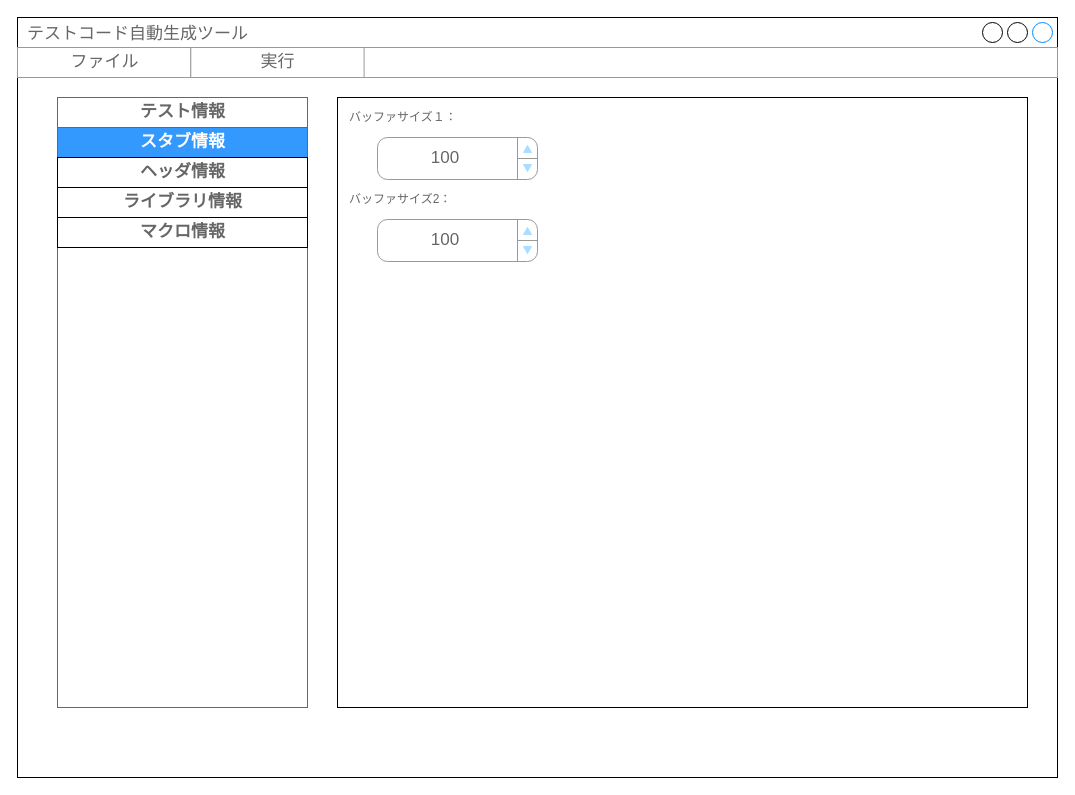
CountrySideEngineer/AutoTestPrep keeps this draw.io diagram as page "スタブ情報" (3 of 6) of doc/design/AutoTestPrep_ViewLayout.drawio. Above is the earlier version. Source tidied: cells renumbered, new cells numbered last; positions are measured from the earlier drawing's top-left corner, leaving out a move shared by most shapes. Both pictures are drawn from the tidied source at 100%, with x=0, y=0 at pixel (17, 17).
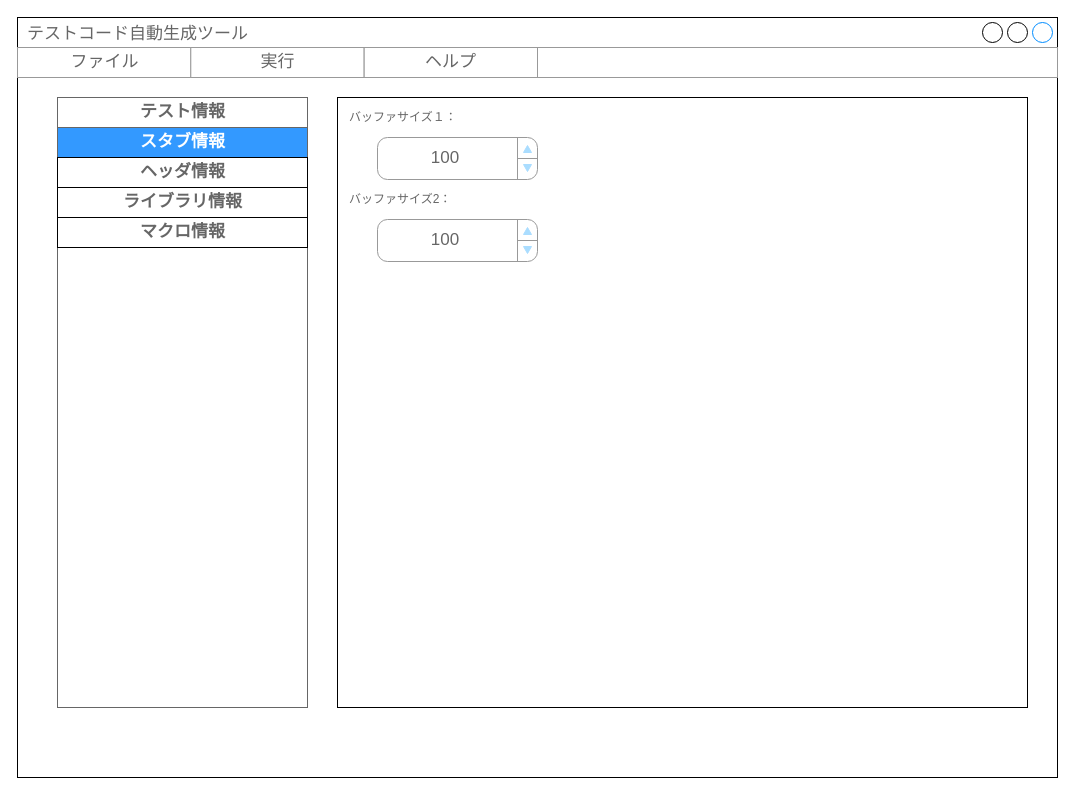
The same diagram, later.

What changed in the source:
```diff
@@
 <mxGraphModel background="#ffffff">
   <root>
     <mxCell id="0" />
     <mxCell id="1" parent="0" />
     <mxCell id="2" value="テストコード自動生成ツール" style="strokeWidth=1;shadow=0;dashed=0;align=center;html=1;shape=mxgraph.mockup.containers.window;align=left;verticalAlign=top;spacingLeft=8;strokeColor2=#008cff;strokeColor3=#c4c4c4;fontColor=#666666;mainText=;fontSize=17;labelBackgroundColor=none;" parent="1" vertex="1">
       <mxGeometry width="1040" height="760" as="geometry" />
     </mxCell>
     <mxCell id="3" style="rounded=0;whiteSpace=wrap;html=1;strokeColor=#000000;fillColor=#FFFFFF;gradientColor=#ffffff;fontColor=#666666;" parent="1" vertex="1">
       <mxGeometry x="320" y="80" width="690" height="610" as="geometry" />
     </mxCell>
     <mxCell id="4" value="バッファサイズ１：" style="text;html=1;strokeColor=none;fillColor=none;align=left;verticalAlign=middle;whiteSpace=wrap;rounded=0;fontColor=#666666;spacingLeft=10;" parent="1" vertex="1">
       <mxGeometry x="320" y="80" width="690" height="40" as="geometry" />
     </mxCell>
     <mxCell id="5" value="&lt;table cellpadding=&quot;0&quot; cellspacing=&quot;0&quot; style=&quot;width:100%;height:100%;&quot;&gt;&lt;tr&gt;&lt;td style=&quot;width:85%&quot;&gt;100&lt;/td&gt;&lt;td style=&quot;width:15%&quot;&gt;&lt;/td&gt;&lt;/tr&gt;&lt;/table&gt;" style="strokeWidth=1;shadow=0;dashed=0;align=center;html=1;shape=mxgraph.mockup.forms.spinner;strokeColor=#999999;spinLayout=right;spinStyle=normal;adjStyle=triangle;fillColor=#aaddff;fontSize=17;fontColor=#666666;mainText=;html=1;overflow=fill;" parent="1" vertex="1">
       <mxGeometry x="360" y="120" width="160" height="42" as="geometry" />
     </mxCell>
     <mxCell id="6" value="バッファサイズ2：" style="text;html=1;strokeColor=none;fillColor=none;align=left;verticalAlign=middle;whiteSpace=wrap;rounded=0;fontColor=#666666;spacingLeft=10;" parent="1" vertex="1">
       <mxGeometry x="320" y="162" width="690" height="40" as="geometry" />
     </mxCell>
     <mxCell id="7" value="&lt;table cellpadding=&quot;0&quot; cellspacing=&quot;0&quot; style=&quot;width:100%;height:100%;&quot;&gt;&lt;tr&gt;&lt;td style=&quot;width:85%&quot;&gt;100&lt;/td&gt;&lt;td style=&quot;width:15%&quot;&gt;&lt;/td&gt;&lt;/tr&gt;&lt;/table&gt;" style="strokeWidth=1;shadow=0;dashed=0;align=center;html=1;shape=mxgraph.mockup.forms.spinner;strokeColor=#999999;spinLayout=right;spinStyle=normal;adjStyle=triangle;fillColor=#aaddff;fontSize=17;fontColor=#666666;mainText=;html=1;overflow=fill;" parent="1" vertex="1">
       <mxGeometry x="360" y="202" width="160" height="42" as="geometry" />
     </mxCell>
     <mxCell id="8" style="strokeWidth=1;shadow=0;dashed=0;align=center;html=1;shape=mxgraph.mockup.forms.rrect;rSize=0;strokeColor=#999999;" parent="1" vertex="1">
       <mxGeometry y="30" width="1040" height="30" as="geometry" />
     </mxCell>
     <mxCell id="9" value="ファイル" style="strokeColor=inherit;fillColor=inherit;gradientColor=inherit;strokeWidth=1;shadow=0;dashed=0;align=center;html=1;shape=mxgraph.mockup.forms.rrect;rSize=0;fontSize=17;fontColor=#666666;" parent="8" vertex="1">
       <mxGeometry width="173.3" height="30" as="geometry" />
     </mxCell>
     <mxCell id="10" value="実行" style="strokeColor=inherit;fillColor=inherit;gradientColor=inherit;strokeWidth=1;shadow=0;dashed=0;align=center;html=1;shape=mxgraph.mockup.forms.rrect;rSize=0;fontSize=17;fontColor=#666666;" parent="8" vertex="1">
       <mxGeometry x="173.3" width="173.3" height="30" as="geometry" />
     </mxCell>
+    <mxCell id="17" value="ヘルプ" style="strokeColor=inherit;fillColor=inherit;gradientColor=inherit;strokeWidth=1;shadow=0;dashed=0;align=center;html=1;shape=mxgraph.mockup.forms.rrect;rSize=0;fontSize=17;fontColor=#666666;" parent="8" vertex="1">
+      <mxGeometry x="346.7" width="173.3" height="30" as="geometry" />
+    </mxCell>
     <mxCell id="11" style="strokeWidth=1;shadow=0;dashed=0;align=center;html=1;shape=mxgraph.mockup.containers.rrect;rSize=0;strokeColor=#666666;" parent="1" vertex="1">
       <mxGeometry x="40" y="80" width="250" height="610" as="geometry" />
     </mxCell>
     <mxCell id="12" value="テスト情報" style="strokeColor=inherit;fillColor=#FFFFFF;gradientColor=none;strokeWidth=1;shadow=0;dashed=0;align=center;html=1;shape=mxgraph.mockup.containers.rrect;rSize=0;fontSize=17;fontColor=#666666;fontStyle=1;" parent="11" vertex="1">
       <mxGeometry width="250" height="30" relative="1" as="geometry" />
     </mxCell>
     <mxCell id="13" value="スタブ情報" style="strokeColor=inherit;fillColor=#3399FF;gradientColor=inherit;strokeWidth=1;shadow=0;dashed=0;align=center;html=1;shape=mxgraph.mockup.containers.rrect;rSize=0;fontSize=17;fontColor=#FFFFFF;fontStyle=1;" parent="11" vertex="1">
       <mxGeometry width="250" height="30" relative="1" as="geometry">
         <mxPoint y="30" as="offset" />
       </mxGeometry>
     </mxCell>
     <mxCell id="14" value="ヘッダ情報" style="strokeWidth=1;shadow=0;dashed=0;align=center;html=1;shape=mxgraph.mockup.containers.rrect;rSize=0;fontSize=17;fontColor=#666666;fontStyle=1;fillColor=#FFFFFF;strokeColor=#000000;gradientColor=none;" parent="11" vertex="1">
       <mxGeometry width="250" height="30" relative="1" as="geometry">
         <mxPoint y="60" as="offset" />
       </mxGeometry>
     </mxCell>
     <mxCell id="15" value="ライブラリ情報" style="rounded=0;html=1;fontSize=17;fontColor=#666666;fontStyle=1;" parent="11" vertex="1">
       <mxGeometry y="90" width="250" height="30" as="geometry" />
     </mxCell>
     <mxCell id="16" value="マクロ情報" style="rounded=0;html=1;fontSize=17;fontColor=#666666;fontStyle=1;" parent="11" vertex="1">
       <mxGeometry y="120" width="250" height="30" as="geometry" />
     </mxCell>
   </root>
 </mxGraphModel>
```
